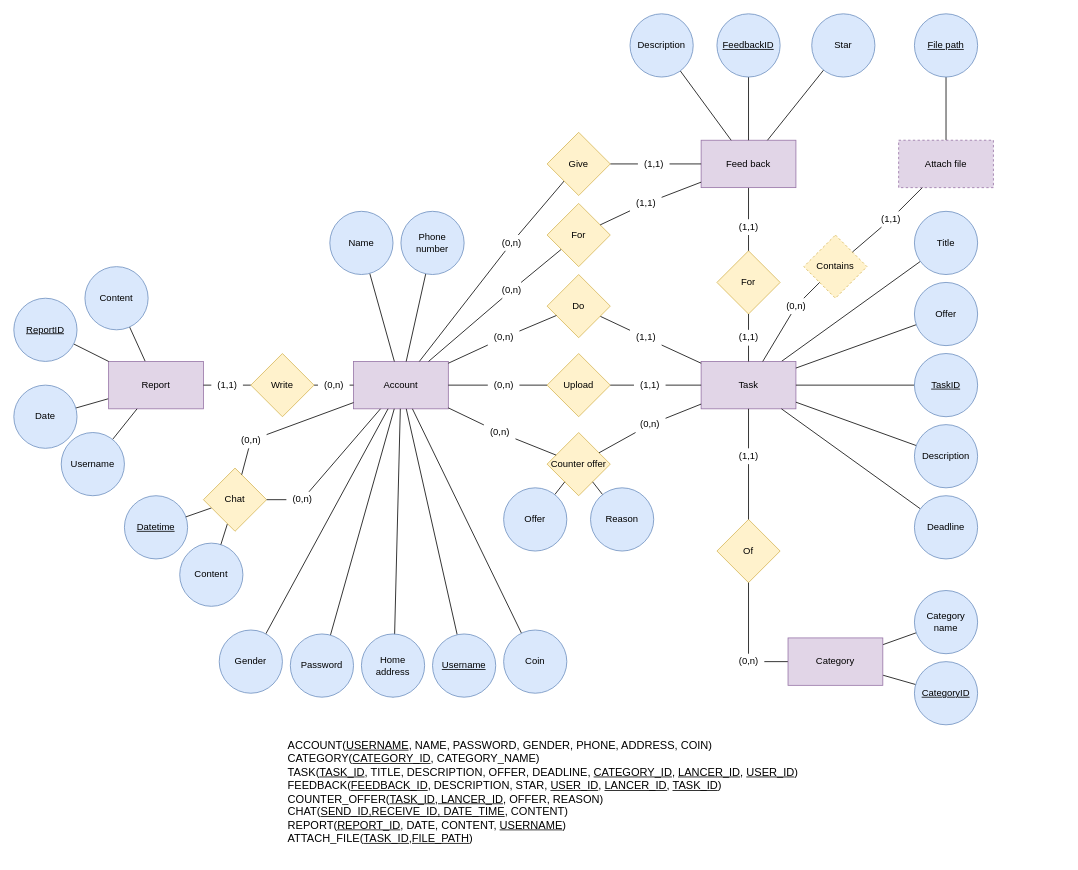
Before: docs/analysis and design/ERD.drawio in phuc16102001/beekey, a draw.io diagram. Source tidied: cells renumbered, new cells numbered last; positions are measured from the earlier drawing's top-left corner, leaving out a move shared by most shapes. Both pictures are drawn from the tidied source at 79%, with x=0, y=0 at pixel (13, 13).
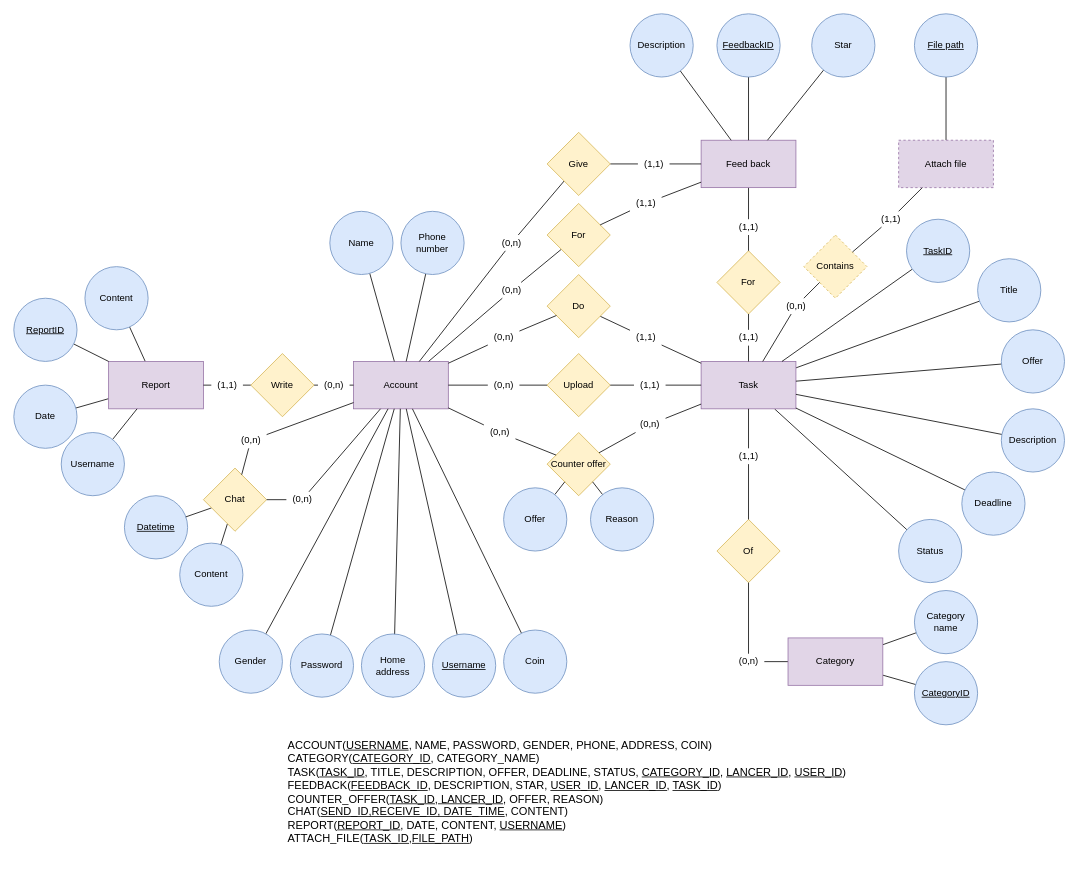
The same page after the edit.

Commit message (it also covers changes not shown here):
Add status field of task to db, edit ERD, change config and task relevant

Unchanged cells that the change refers to:
```xml
<mxCell id="16" value="Task" style="rounded=0;whiteSpace=wrap;html=1;fillColor=#e1d5e7;strokeColor=#9673a6;" parent="1" vertex="1">
  <mxGeometry x="870" y="440" width="120" height="60" as="geometry" />
</mxCell>
```

Change to the diagram source:
```diff
@@
+    <mxCell id="131" style="edgeStyle=none;rounded=0;jettySize=auto;html=1;endArrow=none;endFill=0;" parent="1" edge="1" source="16" target="132">
+      <mxGeometry relative="1" as="geometry" />
+    </mxCell>
@@
     <mxCell id="23" value="Description" style="ellipse;whiteSpace=wrap;html=1;fillColor=#dae8fc;strokeColor=#6c8ebf;" parent="1" vertex="1">
-      <mxGeometry x="1140" y="520" width="80" height="80" as="geometry" />
+      <mxGeometry x="1250" y="500" width="80" height="80" as="geometry" />
     </mxCell>
@@
     <mxCell id="25" value="Deadline" style="ellipse;whiteSpace=wrap;html=1;fillColor=#dae8fc;strokeColor=#6c8ebf;" parent="1" vertex="1">
-      <mxGeometry x="1140" y="610" width="80" height="80" as="geometry" />
+      <mxGeometry x="1200" y="580" width="80" height="80" as="geometry" />
     </mxCell>
@@
     <mxCell id="30" value="TaskID" style="ellipse;whiteSpace=wrap;html=1;fontStyle=4;fillColor=#dae8fc;strokeColor=#6c8ebf;" parent="1" vertex="1">
-      <mxGeometry x="1140" y="430" width="80" height="80" as="geometry" />
+      <mxGeometry x="1130" y="260" width="80" height="80" as="geometry" />
     </mxCell>
@@
     <mxCell id="44" value="Offer" style="ellipse;whiteSpace=wrap;html=1;fontStyle=0;fillColor=#dae8fc;strokeColor=#6c8ebf;" parent="1" vertex="1">
-      <mxGeometry x="1140" y="340" width="80" height="80" as="geometry" />
+      <mxGeometry x="1250" y="400" width="80" height="80" as="geometry" />
     </mxCell>
@@
-    <mxCell id="66" value="&lt;p style=&quot;font-size: 14px&quot;&gt;&lt;font style=&quot;font-size: 14px&quot;&gt;ACCOUNT(&lt;u&gt;USERNAME&lt;/u&gt;, NAME, PASSWORD, GENDER, PHONE, ADDRESS, COIN)&lt;br&gt;&lt;/font&gt;&lt;font style=&quot;font-size: 14px&quot;&gt;CATEGORY(&lt;u&gt;CATEGORY_ID&lt;/u&gt;, CATEGORY_NAME)&lt;br&gt;&lt;/font&gt;&lt;font style=&quot;font-size: 14px&quot;&gt;TASK(&lt;u&gt;TASK_ID&lt;/u&gt;, TITLE, DESCRIPTION, OFFER, DEADLINE, &lt;u&gt;CATEGORY_ID&lt;/u&gt;, &lt;u&gt;LANCER_ID&lt;/u&gt;, &lt;u&gt;USER_ID&lt;/u&gt;)&lt;br&gt;&lt;/font&gt;&lt;font style=&quot;font-size: 14px&quot;&gt;FEEDBACK(&lt;u&gt;FEEDBACK_ID&lt;/u&gt;, DESCRIPTION, STAR, &lt;u&gt;USER_ID&lt;/u&gt;, &lt;u&gt;LANCER_ID,&lt;/u&gt; &lt;u&gt;TASK_ID&lt;/u&gt;)&lt;br&gt;&lt;/font&gt;&lt;font style=&quot;font-size: 14px&quot;&gt;COUNTER_OFFER(&lt;u&gt;TASK_ID, LANCER_ID&lt;/u&gt;, OFFER, REASON)&lt;br&gt;&lt;/font&gt;CHAT(&lt;u&gt;SEND_ID,RECEIVE_ID, DATE_TIME&lt;/u&gt;, CONTENT)&lt;br&gt;REPORT(&lt;u&gt;REPORT_ID&lt;/u&gt;, DATE, CONTENT, &lt;u&gt;USERNAME&lt;/u&gt;)&lt;br&gt;ATTACH_FILE(&lt;u style=&quot;font-family: &amp;#34;helvetica&amp;#34; ; white-space: nowrap&quot;&gt;TASK_ID,FILE_PATH&lt;/u&gt;&lt;span style=&quot;font-family: &amp;#34;helvetica&amp;#34; ; white-space: nowrap&quot;&gt;)&lt;/span&gt;&lt;/p&gt;" style="text;html=1;align=left;verticalAlign=middle;" parent="1" vertex="1">
-      <mxGeometry x="345" y="915" width="660" height="140" as="geometry" />
+    <mxCell id="66" value="&lt;p style=&quot;font-size: 14px&quot;&gt;&lt;font style=&quot;font-size: 14px&quot;&gt;ACCOUNT(&lt;u&gt;USERNAME&lt;/u&gt;, NAME, PASSWORD, GENDER, PHONE, ADDRESS, COIN)&lt;br&gt;&lt;/font&gt;&lt;font style=&quot;font-size: 14px&quot;&gt;CATEGORY(&lt;u&gt;CATEGORY_ID&lt;/u&gt;, CATEGORY_NAME)&lt;br&gt;&lt;/font&gt;&lt;font style=&quot;font-size: 14px&quot;&gt;TASK(&lt;u&gt;TASK_ID&lt;/u&gt;, TITLE, DESCRIPTION, OFFER, DEADLINE, STATUS,&amp;nbsp;&lt;u&gt;CATEGORY_ID&lt;/u&gt;, &lt;u&gt;LANCER_ID&lt;/u&gt;, &lt;u&gt;USER_ID&lt;/u&gt;)&lt;br&gt;&lt;/font&gt;&lt;font style=&quot;font-size: 14px&quot;&gt;FEEDBACK(&lt;u&gt;FEEDBACK_ID&lt;/u&gt;, DESCRIPTION, STAR, &lt;u&gt;USER_ID&lt;/u&gt;, &lt;u&gt;LANCER_ID,&lt;/u&gt; &lt;u&gt;TASK_ID&lt;/u&gt;)&lt;br&gt;&lt;/font&gt;&lt;font style=&quot;font-size: 14px&quot;&gt;COUNTER_OFFER(&lt;u&gt;TASK_ID, LANCER_ID&lt;/u&gt;, OFFER, REASON)&lt;br&gt;&lt;/font&gt;CHAT(&lt;u&gt;SEND_ID,RECEIVE_ID, DATE_TIME&lt;/u&gt;, CONTENT)&lt;br&gt;REPORT(&lt;u&gt;REPORT_ID&lt;/u&gt;, DATE, CONTENT, &lt;u&gt;USERNAME&lt;/u&gt;)&lt;br&gt;ATTACH_FILE(&lt;u style=&quot;font-family: &amp;#34;helvetica&amp;#34; ; white-space: nowrap&quot;&gt;TASK_ID,FILE_PATH&lt;/u&gt;&lt;span style=&quot;font-family: &amp;#34;helvetica&amp;#34; ; white-space: nowrap&quot;&gt;)&lt;/span&gt;&lt;/p&gt;" style="text;html=1;align=left;verticalAlign=middle;" parent="1" vertex="1">
+      <mxGeometry x="345" y="915" width="720" height="140" as="geometry" />
     </mxCell>
@@
     <mxCell id="130" value="Title" style="ellipse;whiteSpace=wrap;html=1;fillColor=#dae8fc;strokeColor=#6c8ebf;" parent="1" vertex="1">
-      <mxGeometry x="1140" y="250" width="80" height="80" as="geometry" />
+      <mxGeometry x="1220" y="310" width="80" height="80" as="geometry" />
     </mxCell>
+    <mxCell id="132" value="Status" style="ellipse;whiteSpace=wrap;html=1;fillColor=#dae8fc;strokeColor=#6c8ebf;" parent="1" vertex="1">
+      <mxGeometry x="1120" y="640" width="80" height="80" as="geometry" />
+    </mxCell>
```
